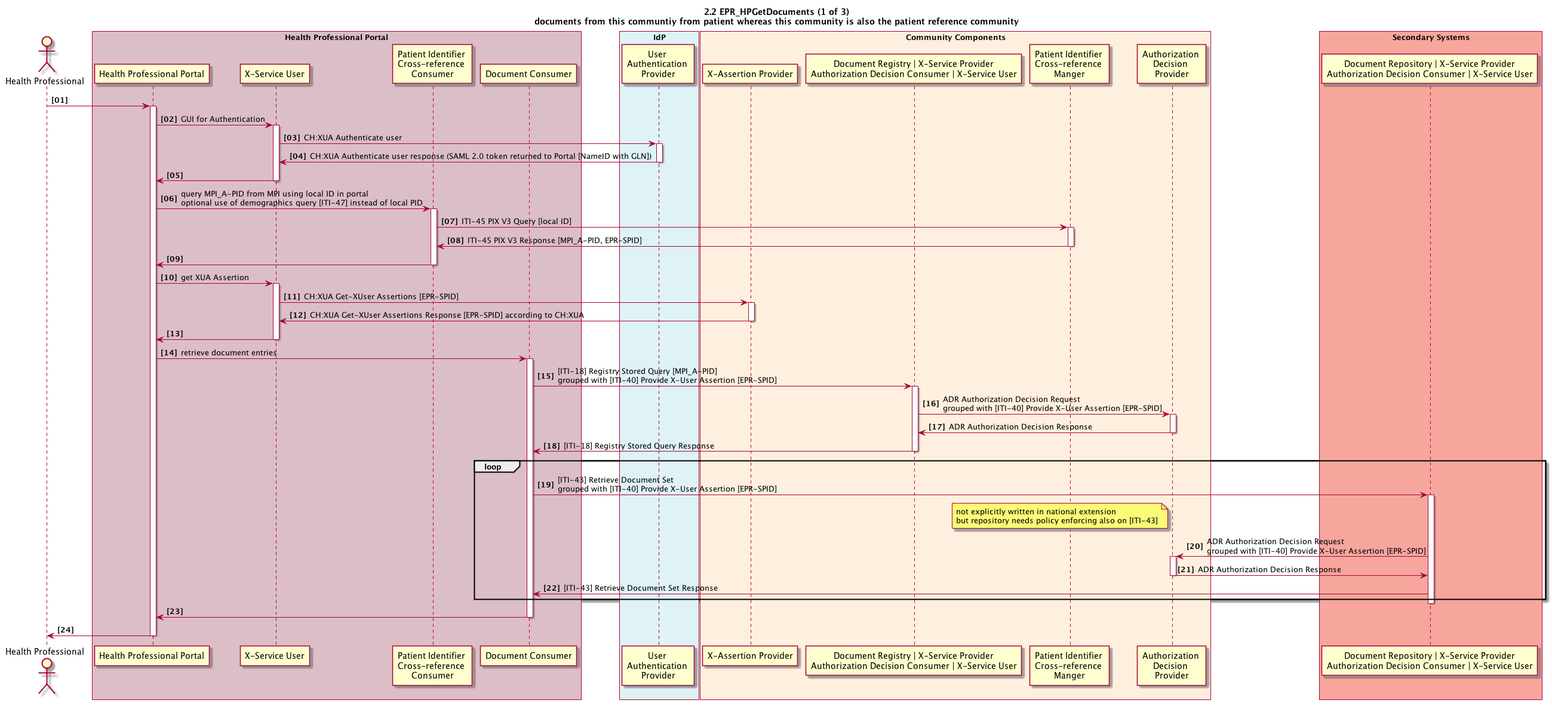
ahdis/ch-epr-seqdiag keeps this PlantUML diagram as 2_02_EPR_HPGetDocuments1of3.plantuml.png. Above is the earlier version.
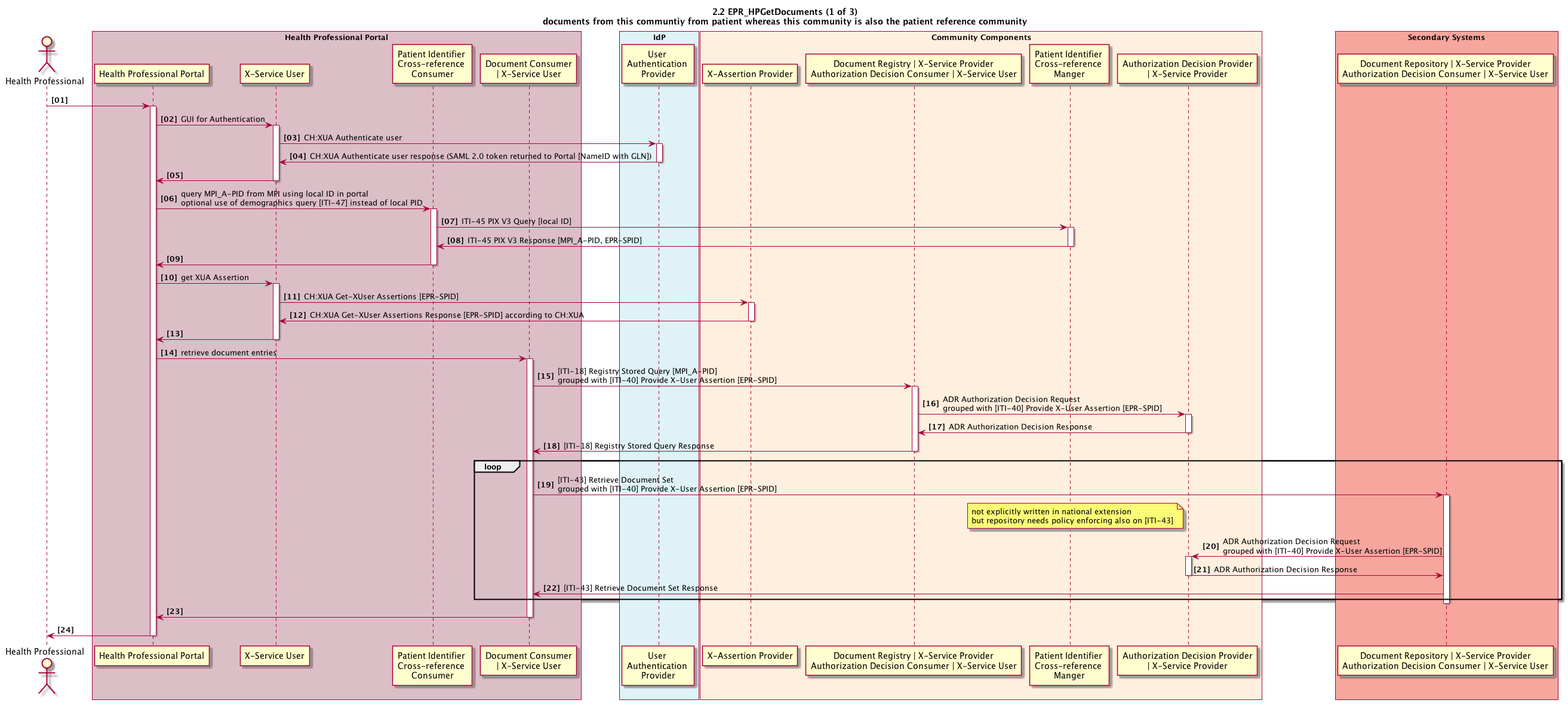
The same file after the commit.

Diff of the diagram source:
```diff
@@ -9,7 +9,7 @@
 	participant ps_gui as "Health Professional Portal"
 	participant ps_x_service_user as "X-Service User"
 	participant ps_pix_x_ref_consumer as "Patient Identifier \nCross-reference \nConsumer"
-	participant ps_doc_consumer as "Document Consumer"
+	participant ps_doc_consumer as "Document Consumer\n| X-Service User"
 end box
 
 box "IdP" #DFF3F7
@@ -20,7 +20,7 @@
 	participant cc_x_assertion_provider as "X-Assertion Provider"
 	participant cc_doc_registry as "Document Registry | X-Service Provider\nAuthorization Decision Consumer | X-Service User"
 	participant cc_mpi_x_ref_manager as "Patient Identifier \nCross-reference \nManger"
-  participant cc_adp as "Authorization \nDecision \nProvider"
+  participant cc_adp as "Authorization Decision Provider\n| X-Service Provider"
 end box
 
 box "Secondary Systems" #F7A69E
```
